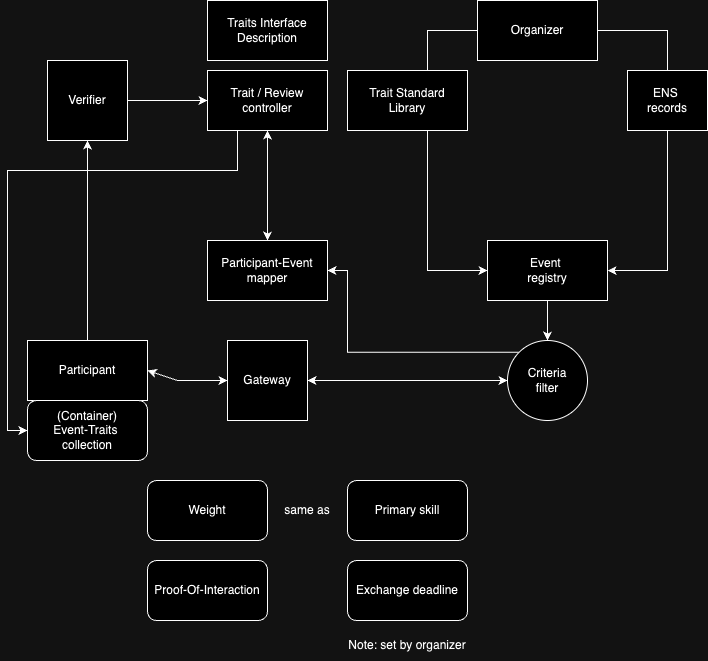
This is flow.png from bitspresso/gm_id, a draw.io export, as it was before one commit. Source tidied: cells renumbered, new cells last; positions are measured from the earlier drawing's top-left corner, leaving out a move shared by most shapes. Source of this version:
```xml
<mxGraphModel>
  <root>
    <mxCell id="0" />
    <mxCell id="1" parent="0" />
    <mxCell id="2" style="edgeStyle=orthogonalEdgeStyle;rounded=0;jettySize=auto;html=1;exitX=0.5;exitY=0;exitDx=0;exitDy=0;" parent="1" edge="1" source="3">
      <mxGeometry relative="1" as="geometry">
        <mxPoint x="80" y="140" as="targetPoint" />
      </mxGeometry>
    </mxCell>
    <mxCell id="3" value="Participant" style="rounded=0;whiteSpace=wrap;html=1;" parent="1" vertex="1">
      <mxGeometry x="20" y="340" width="120" height="60" as="geometry" />
    </mxCell>
    <mxCell id="4" value="&lt;div&gt;(Container)&lt;br&gt;Event-Traits&amp;nbsp;&lt;/div&gt;&lt;div&gt;collection&lt;/div&gt;" style="rounded=1;whiteSpace=wrap;html=1;" parent="1" vertex="1">
      <mxGeometry x="20" y="400" width="120" height="60" as="geometry" />
    </mxCell>
    <mxCell id="5" value="Weight" style="rounded=1;whiteSpace=wrap;html=1;" parent="1" vertex="1">
      <mxGeometry x="140" y="480" width="120" height="60" as="geometry" />
    </mxCell>
    <mxCell id="6" value="Proof-Of-Interaction" style="rounded=1;whiteSpace=wrap;html=1;" parent="1" vertex="1">
      <mxGeometry x="140" y="560" width="120" height="60" as="geometry" />
    </mxCell>
    <mxCell id="7" style="edgeStyle=orthogonalEdgeStyle;rounded=0;jettySize=auto;html=1;exitX=0.5;exitY=1;exitDx=0;exitDy=0;entryX=0.5;entryY=0;entryDx=0;entryDy=0;" parent="1" edge="1" source="8" target="13">
      <mxGeometry relative="1" as="geometry" />
    </mxCell>
    <mxCell id="8" value="&lt;div&gt;Event&amp;nbsp;&lt;/div&gt;&lt;div&gt;registry&lt;/div&gt;" style="rounded=0;whiteSpace=wrap;html=1;" parent="1" vertex="1">
      <mxGeometry x="480" y="240" width="120" height="60" as="geometry" />
    </mxCell>
    <mxCell id="9" value="Traits Interface Description" style="rounded=0;whiteSpace=wrap;html=1;" parent="1" vertex="1">
      <mxGeometry x="200" width="120" height="60" as="geometry" />
    </mxCell>
    <mxCell id="10" style="edgeStyle=orthogonalEdgeStyle;rounded=0;jettySize=auto;html=1;exitX=0;exitY=0.5;exitDx=0;exitDy=0;entryX=0;entryY=0.5;entryDx=0;entryDy=0;" parent="1" edge="1" source="11" target="4">
      <mxGeometry relative="1" as="geometry">
        <Array as="points">
          <mxPoint x="230" y="110" />
          <mxPoint x="230" y="170" />
          <mxPoint y="170" />
          <mxPoint y="430" />
        </Array>
      </mxGeometry>
    </mxCell>
    <mxCell id="11" value="Trait / Review&lt;br&gt;controller" style="rounded=0;whiteSpace=wrap;html=1;" parent="1" vertex="1">
      <mxGeometry x="200" y="70" width="120" height="60" as="geometry" />
    </mxCell>
    <mxCell id="12" style="edgeStyle=orthogonalEdgeStyle;rounded=0;jettySize=auto;html=1;exitX=0;exitY=0;exitDx=0;exitDy=0;entryX=1;entryY=0.5;entryDx=0;entryDy=0;" parent="1" edge="1" source="13" target="26">
      <mxGeometry relative="1" as="geometry">
        <Array as="points">
          <mxPoint x="340" y="352" />
          <mxPoint x="340" y="270" />
        </Array>
      </mxGeometry>
    </mxCell>
    <mxCell id="13" value="Criteria &lt;br&gt;filter" style="ellipse;whiteSpace=wrap;html=1;" parent="1" vertex="1">
      <mxGeometry x="500" y="340" width="80" height="80" as="geometry" />
    </mxCell>
    <mxCell id="14" style="edgeStyle=orthogonalEdgeStyle;rounded=0;jettySize=auto;html=1;exitX=1;exitY=0.5;exitDx=0;exitDy=0;entryX=1;entryY=0.5;entryDx=0;entryDy=0;" parent="1" edge="1" source="18" target="8">
      <mxGeometry relative="1" as="geometry">
        <Array as="points">
          <mxPoint x="660" y="30" />
          <mxPoint x="660" y="270" />
          <mxPoint x="600" y="270" />
        </Array>
      </mxGeometry>
    </mxCell>
    <mxCell id="15" value="&lt;div&gt;ENS&amp;nbsp;&lt;/div&gt;&lt;div&gt;records&lt;/div&gt;" style="rounded=0;whiteSpace=wrap;html=1;" parent="1" vertex="1">
      <mxGeometry x="620" y="70" width="80" height="60" as="geometry" />
    </mxCell>
    <mxCell id="16" style="edgeStyle=orthogonalEdgeStyle;rounded=0;jettySize=auto;html=1;exitX=0;exitY=0.5;exitDx=0;exitDy=0;entryX=0;entryY=0.5;entryDx=0;entryDy=0;" parent="1" edge="1" source="18" target="8">
      <mxGeometry relative="1" as="geometry">
        <Array as="points">
          <mxPoint x="420" y="30" />
          <mxPoint x="420" y="270" />
        </Array>
      </mxGeometry>
    </mxCell>
    <mxCell id="17" value="Trait Standard &lt;br&gt;Library" style="rounded=0;whiteSpace=wrap;html=1;" parent="1" vertex="1">
      <mxGeometry x="340" y="70" width="120" height="60" as="geometry" />
    </mxCell>
    <mxCell id="18" value="Organizer" style="rounded=0;whiteSpace=wrap;html=1;" parent="1" vertex="1">
      <mxGeometry x="470" width="120" height="60" as="geometry" />
    </mxCell>
    <mxCell id="19" value="Gateway" style="rounded=0;whiteSpace=wrap;html=1;" parent="1" vertex="1">
      <mxGeometry x="220" y="340" width="80" height="80" as="geometry" />
    </mxCell>
    <mxCell id="20" style="endArrow=classic;startArrow=classic;html=1;rounded=0;exitX=1;exitY=0.5;exitDx=0;exitDy=0;entryX=0;entryY=0.5;entryDx=0;entryDy=0;" parent="1" edge="1" source="19" target="13">
      <mxGeometry relative="1" as="geometry" />
    </mxCell>
    <mxCell id="21" style="endArrow=classic;startArrow=classic;html=1;rounded=0;entryX=0;entryY=0.5;entryDx=0;entryDy=0;" parent="1" edge="1" target="19">
      <mxGeometry relative="1" as="geometry">
        <mxPoint x="140" y="370" as="sourcePoint" />
        <Array as="points">
          <mxPoint x="170" y="380" />
        </Array>
      </mxGeometry>
    </mxCell>
    <mxCell id="22" style="edgeStyle=orthogonalEdgeStyle;rounded=0;jettySize=auto;html=1;exitX=1;exitY=0.5;exitDx=0;exitDy=0;entryX=0;entryY=0.5;entryDx=0;entryDy=0;" parent="1" edge="1" source="23" target="11">
      <mxGeometry relative="1" as="geometry" />
    </mxCell>
    <mxCell id="23" value="Verifier" style="rounded=0;whiteSpace=wrap;html=1;" parent="1" vertex="1">
      <mxGeometry x="40" y="60" width="80" height="80" as="geometry" />
    </mxCell>
    <mxCell id="24" value="Primary skill" style="rounded=1;whiteSpace=wrap;html=1;" parent="1" vertex="1">
      <mxGeometry x="340" y="480" width="120" height="60" as="geometry" />
    </mxCell>
    <mxCell id="25" value="same as" style="text;html=1;strokeColor=none;fillColor=none;align=center;verticalAlign=middle;whiteSpace=wrap;rounded=0;" parent="1" vertex="1">
      <mxGeometry x="270" y="495" width="60" height="30" as="geometry" />
    </mxCell>
    <mxCell id="26" value="Participant-Event &lt;br&gt;mapper" style="rounded=0;whiteSpace=wrap;html=1;" parent="1" vertex="1">
      <mxGeometry x="200" y="240" width="120" height="60" as="geometry" />
    </mxCell>
    <mxCell id="27" value="Exchange deadline" style="rounded=1;whiteSpace=wrap;html=1;" parent="1" vertex="1">
      <mxGeometry x="340" y="560" width="120" height="60" as="geometry" />
    </mxCell>
    <mxCell id="28" value="Note: set by organizer" style="text;html=1;strokeColor=none;fillColor=none;align=center;verticalAlign=middle;whiteSpace=wrap;rounded=0;" parent="1" vertex="1">
      <mxGeometry x="340" y="630" width="120" height="30" as="geometry" />
    </mxCell>
    <mxCell id="29" style="endArrow=classic;startArrow=classic;html=1;rounded=0;exitX=0.5;exitY=0;exitDx=0;exitDy=0;entryX=0.5;entryY=1;entryDx=0;entryDy=0;" parent="1" edge="1" source="26" target="11">
      <mxGeometry relative="1" as="geometry" />
    </mxCell>
  </root>
</mxGraphModel>
```
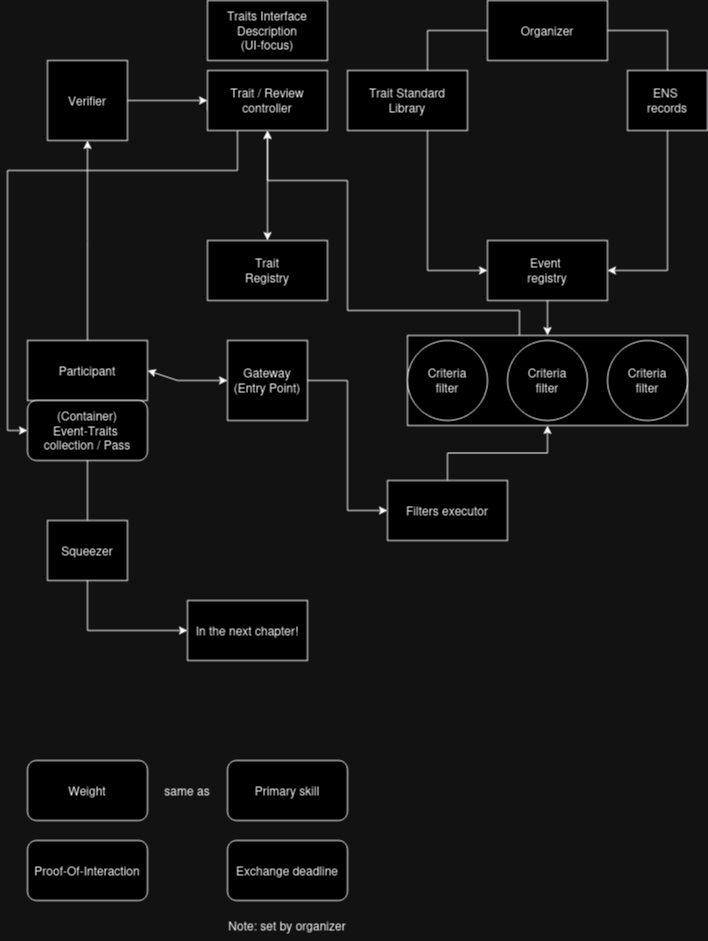
Above is the later version.

What changed in the source:
```diff
@@ -10,22 +10,25 @@
     <mxCell id="3" value="Participant" style="rounded=0;whiteSpace=wrap;html=1;" parent="1" vertex="1">
       <mxGeometry x="20" y="340" width="120" height="60" as="geometry" />
     </mxCell>
+    <mxCell id="30" style="edgeStyle=orthogonalEdgeStyle;rounded=0;jettySize=auto;html=1;exitX=0.5;exitY=1;exitDx=0;exitDy=0;entryX=0;entryY=0.5;entryDx=0;entryDy=0;" parent="1" edge="1" source="4" target="38">
+      <mxGeometry relative="1" as="geometry" />
+    </mxCell>
-    <mxCell id="4" value="&lt;div&gt;(Container)&lt;br&gt;Event-Traits&amp;nbsp;&lt;/div&gt;&lt;div&gt;collection&lt;/div&gt;" style="rounded=1;whiteSpace=wrap;html=1;" parent="1" vertex="1">
+    <mxCell id="4" value="&lt;div&gt;(Container)&lt;br&gt;Event-Traits&amp;nbsp;&lt;/div&gt;&lt;div&gt;collection / Pass&lt;br&gt;&lt;/div&gt;" style="rounded=1;whiteSpace=wrap;html=1;" parent="1" vertex="1">
       <mxGeometry x="20" y="400" width="120" height="60" as="geometry" />
     </mxCell>
     <mxCell id="5" value="Weight" style="rounded=1;whiteSpace=wrap;html=1;" parent="1" vertex="1">
-      <mxGeometry x="140" y="480" width="120" height="60" as="geometry" />
+      <mxGeometry x="20" y="760" width="120" height="60" as="geometry" />
     </mxCell>
     <mxCell id="6" value="Proof-Of-Interaction" style="rounded=1;whiteSpace=wrap;html=1;" parent="1" vertex="1">
-      <mxGeometry x="140" y="560" width="120" height="60" as="geometry" />
+      <mxGeometry x="20" y="840" width="120" height="60" as="geometry" />
     </mxCell>
-    <mxCell id="7" style="edgeStyle=orthogonalEdgeStyle;rounded=0;jettySize=auto;html=1;exitX=0.5;exitY=1;exitDx=0;exitDy=0;entryX=0.5;entryY=0;entryDx=0;entryDy=0;" parent="1" edge="1" source="8" target="13">
-      <mxGeometry relative="1" as="geometry" />
-    </mxCell>
+    <mxCell id="31" style="edgeStyle=orthogonalEdgeStyle;rounded=0;jettySize=auto;html=1;exitX=0.5;exitY=1;exitDx=0;exitDy=0;entryX=0.5;entryY=0;entryDx=0;entryDy=0;" parent="1" edge="1" source="8" target="33">
+      <mxGeometry relative="1" as="geometry" />
+    </mxCell>
     <mxCell id="8" value="&lt;div&gt;Event&amp;nbsp;&lt;/div&gt;&lt;div&gt;registry&lt;/div&gt;" style="rounded=0;whiteSpace=wrap;html=1;" parent="1" vertex="1">
       <mxGeometry x="480" y="240" width="120" height="60" as="geometry" />
     </mxCell>
-    <mxCell id="9" value="Traits Interface Description" style="rounded=0;whiteSpace=wrap;html=1;" parent="1" vertex="1">
+    <mxCell id="9" value="Traits Interface Description &lt;br&gt;(UI-focus)" style="rounded=0;whiteSpace=wrap;html=1;" parent="1" vertex="1">
       <mxGeometry x="200" width="120" height="60" as="geometry" />
     </mxCell>
     <mxCell id="10" style="edgeStyle=orthogonalEdgeStyle;rounded=0;jettySize=auto;html=1;exitX=0;exitY=0.5;exitDx=0;exitDy=0;entryX=0;entryY=0.5;entryDx=0;entryDy=0;" parent="1" edge="1" source="11" target="4">
@@ -41,17 +44,16 @@
     <mxCell id="11" value="Trait / Review&lt;br&gt;controller" style="rounded=0;whiteSpace=wrap;html=1;" parent="1" vertex="1">
       <mxGeometry x="200" y="70" width="120" height="60" as="geometry" />
     </mxCell>
-    <mxCell id="12" style="edgeStyle=orthogonalEdgeStyle;rounded=0;jettySize=auto;html=1;exitX=0;exitY=0;exitDx=0;exitDy=0;entryX=1;entryY=0.5;entryDx=0;entryDy=0;" parent="1" edge="1" source="13" target="26">
+    <mxCell id="12" style="edgeStyle=orthogonalEdgeStyle;rounded=0;jettySize=auto;html=1;entryX=0.5;entryY=1;entryDx=0;entryDy=0;" parent="1" edge="1" source="33" target="11">
       <mxGeometry relative="1" as="geometry">
         <Array as="points">
-          <mxPoint x="340" y="352" />
-          <mxPoint x="340" y="270" />
+          <mxPoint x="512" y="310" />
+          <mxPoint x="340" y="310" />
+          <mxPoint x="340" y="180" />
+          <mxPoint x="260" y="180" />
         </Array>
       </mxGeometry>
     </mxCell>
-    <mxCell id="13" value="Criteria &lt;br&gt;filter" style="ellipse;whiteSpace=wrap;html=1;" parent="1" vertex="1">
-      <mxGeometry x="500" y="340" width="80" height="80" as="geometry" />
-    </mxCell>
     <mxCell id="14" style="edgeStyle=orthogonalEdgeStyle;rounded=0;jettySize=auto;html=1;exitX=1;exitY=0.5;exitDx=0;exitDy=0;entryX=1;entryY=0.5;entryDx=0;entryDy=0;" parent="1" edge="1" source="18" target="8">
       <mxGeometry relative="1" as="geometry">
         <Array as="points">
@@ -76,14 +78,14 @@
       <mxGeometry x="340" y="70" width="120" height="60" as="geometry" />
     </mxCell>
     <mxCell id="18" value="Organizer" style="rounded=0;whiteSpace=wrap;html=1;" parent="1" vertex="1">
-      <mxGeometry x="470" width="120" height="60" as="geometry" />
+      <mxGeometry x="480" width="120" height="60" as="geometry" />
     </mxCell>
+    <mxCell id="32" style="edgeStyle=orthogonalEdgeStyle;rounded=0;jettySize=auto;html=1;exitX=1;exitY=0.5;exitDx=0;exitDy=0;entryX=0;entryY=0.5;entryDx=0;entryDy=0;" parent="1" edge="1" source="19" target="37">
+      <mxGeometry relative="1" as="geometry" />
+    </mxCell>
-    <mxCell id="19" value="Gateway" style="rounded=0;whiteSpace=wrap;html=1;" parent="1" vertex="1">
+    <mxCell id="19" value="Gateway&lt;br&gt;(Entry Point)" style="rounded=0;whiteSpace=wrap;html=1;" parent="1" vertex="1">
       <mxGeometry x="220" y="340" width="80" height="80" as="geometry" />
     </mxCell>
-    <mxCell id="20" style="endArrow=classic;startArrow=classic;html=1;rounded=0;exitX=1;exitY=0.5;exitDx=0;exitDy=0;entryX=0;entryY=0.5;entryDx=0;entryDy=0;" parent="1" edge="1" source="19" target="13">
-      <mxGeometry relative="1" as="geometry" />
-    </mxCell>
     <mxCell id="21" style="endArrow=classic;startArrow=classic;html=1;rounded=0;entryX=0;entryY=0.5;entryDx=0;entryDy=0;" parent="1" edge="1" target="19">
       <mxGeometry relative="1" as="geometry">
         <mxPoint x="140" y="370" as="sourcePoint" />
@@ -99,22 +101,46 @@
       <mxGeometry x="40" y="60" width="80" height="80" as="geometry" />
     </mxCell>
     <mxCell id="24" value="Primary skill" style="rounded=1;whiteSpace=wrap;html=1;" parent="1" vertex="1">
-      <mxGeometry x="340" y="480" width="120" height="60" as="geometry" />
+      <mxGeometry x="220" y="760" width="120" height="60" as="geometry" />
     </mxCell>
     <mxCell id="25" value="same as" style="text;html=1;strokeColor=none;fillColor=none;align=center;verticalAlign=middle;whiteSpace=wrap;rounded=0;" parent="1" vertex="1">
-      <mxGeometry x="270" y="495" width="60" height="30" as="geometry" />
+      <mxGeometry x="150" y="775" width="60" height="30" as="geometry" />
     </mxCell>
-    <mxCell id="26" value="Participant-Event &lt;br&gt;mapper" style="rounded=0;whiteSpace=wrap;html=1;" parent="1" vertex="1">
+    <mxCell id="26" value="Trait &lt;br&gt;Registry" style="rounded=0;whiteSpace=wrap;html=1;" parent="1" vertex="1">
       <mxGeometry x="200" y="240" width="120" height="60" as="geometry" />
     </mxCell>
     <mxCell id="27" value="Exchange deadline" style="rounded=1;whiteSpace=wrap;html=1;" parent="1" vertex="1">
-      <mxGeometry x="340" y="560" width="120" height="60" as="geometry" />
+      <mxGeometry x="220" y="840" width="120" height="60" as="geometry" />
     </mxCell>
+    <mxCell id="33" style="rounded=0;whiteSpace=wrap;html=1;" parent="1" vertex="1">
+      <mxGeometry x="400" y="335" width="280" height="90" as="geometry" />
+    </mxCell>
     <mxCell id="28" value="Note: set by organizer" style="text;html=1;strokeColor=none;fillColor=none;align=center;verticalAlign=middle;whiteSpace=wrap;rounded=0;" parent="1" vertex="1">
-      <mxGeometry x="340" y="630" width="120" height="30" as="geometry" />
+      <mxGeometry x="220" y="910" width="120" height="30" as="geometry" />
     </mxCell>
     <mxCell id="29" style="endArrow=classic;startArrow=classic;html=1;rounded=0;exitX=0.5;exitY=0;exitDx=0;exitDy=0;entryX=0.5;entryY=1;entryDx=0;entryDy=0;" parent="1" edge="1" source="26" target="11">
       <mxGeometry relative="1" as="geometry" />
     </mxCell>
+    <mxCell id="34" value="Criteria &lt;br&gt;filter" style="ellipse;whiteSpace=wrap;html=1;" parent="1" vertex="1">
+      <mxGeometry x="600" y="340" width="80" height="80" as="geometry" />
+    </mxCell>
+    <mxCell id="35" value="Criteria &lt;br&gt;filter" style="ellipse;whiteSpace=wrap;html=1;" parent="1" vertex="1">
+      <mxGeometry x="400" y="340" width="80" height="80" as="geometry" />
+    </mxCell>
+    <mxCell id="13" value="Criteria &lt;br&gt;filter" style="ellipse;whiteSpace=wrap;html=1;" parent="1" vertex="1">
+      <mxGeometry x="500" y="340" width="80" height="80" as="geometry" />
+    </mxCell>
+    <mxCell id="36" style="edgeStyle=orthogonalEdgeStyle;rounded=0;jettySize=auto;html=1;exitX=0.5;exitY=0;exitDx=0;exitDy=0;entryX=0.5;entryY=1;entryDx=0;entryDy=0;" parent="1" edge="1" source="37" target="33">
+      <mxGeometry relative="1" as="geometry" />
+    </mxCell>
+    <mxCell id="37" value="Filters executor" style="rounded=0;whiteSpace=wrap;html=1;" parent="1" vertex="1">
+      <mxGeometry x="380" y="480" width="120" height="60" as="geometry" />
+    </mxCell>
+    <mxCell id="38" value="In the next chapter!" style="rounded=0;whiteSpace=wrap;html=1;" parent="1" vertex="1">
+      <mxGeometry x="180" y="600" width="120" height="60" as="geometry" />
+    </mxCell>
+    <mxCell id="39" value="Squeezer" style="rounded=0;whiteSpace=wrap;html=1;" parent="1" vertex="1">
+      <mxGeometry x="40" y="520" width="80" height="60" as="geometry" />
+    </mxCell>
   </root>
 </mxGraphModel>
```
